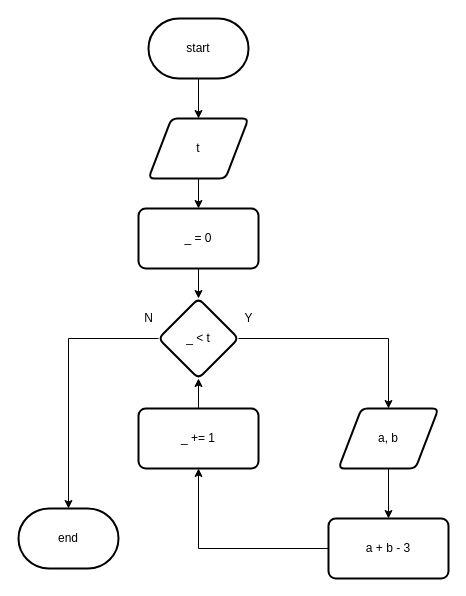
Above: stage/03_loop/10950.drawio in Gyeongrok-Oh/boj (draw.io), before the change. Source tidied: cells renumbered, new cells numbered last; positions are measured from the earlier drawing's top-left corner, leaving out a move shared by most shapes. Both pictures are drawn from the tidied source at 100%, with x=0, y=0 at pixel (18, 18).
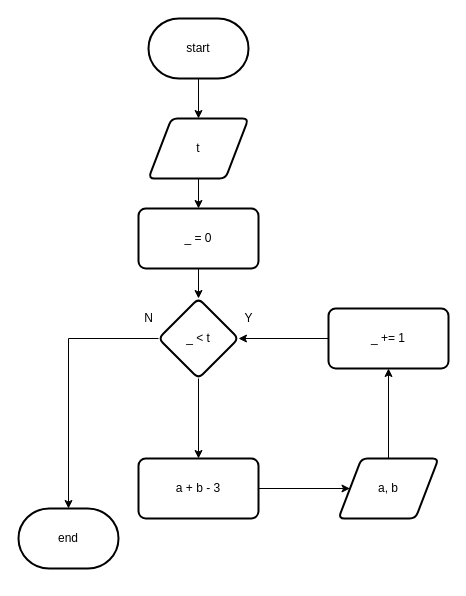
Above is the later version.

Diff of the diagram source:
```diff
@@
 <mxGraphModel>
   <root>
     <mxCell id="0" />
     <mxCell id="1" parent="0" />
     <mxCell id="2" style="edgeStyle=none;html=1;entryX=0.5;entryY=0;entryDx=0;entryDy=0;" parent="1" edge="1" source="3" target="5">
       <mxGeometry relative="1" as="geometry" />
     </mxCell>
     <mxCell id="3" value="start" style="strokeWidth=2;html=1;shape=mxgraph.flowchart.terminator;whiteSpace=wrap;" parent="1" vertex="1">
       <mxGeometry x="130" width="100" height="60" as="geometry" />
     </mxCell>
     <mxCell id="4" style="edgeStyle=orthogonalEdgeStyle;rounded=0;jettySize=auto;html=1;fontFamily=Helvetica;fontSize=12;" parent="1" edge="1" source="5" target="7">
       <mxGeometry relative="1" as="geometry" />
     </mxCell>
     <mxCell id="5" value="t" style="shape=parallelogram;html=1;strokeWidth=2;perimeter=parallelogramPerimeter;whiteSpace=wrap;rounded=1;arcSize=12;size=0.23;" parent="1" vertex="1">
       <mxGeometry x="130" y="100" width="100" height="60" as="geometry" />
     </mxCell>
     <mxCell id="6" style="edgeStyle=orthogonalEdgeStyle;rounded=0;jettySize=auto;html=1;fontFamily=Helvetica;fontSize=12;" parent="1" edge="1" source="7" target="10">
       <mxGeometry relative="1" as="geometry" />
     </mxCell>
     <mxCell id="7" value="_ = 0" style="whiteSpace=wrap;html=1;strokeWidth=2;rounded=1;arcSize=12;" parent="1" vertex="1">
       <mxGeometry x="120" y="190" width="120" height="60" as="geometry" />
     </mxCell>
-    <mxCell id="8" style="edgeStyle=orthogonalEdgeStyle;rounded=0;jettySize=auto;html=1;fontFamily=Helvetica;fontSize=12;entryX=0.5;entryY=0;entryDx=0;entryDy=0;" parent="1" edge="1" source="10" target="14">
-      <mxGeometry relative="1" as="geometry" />
-    </mxCell>
     <mxCell id="9" style="edgeStyle=orthogonalEdgeStyle;rounded=0;jettySize=auto;html=1;fontFamily=Helvetica;fontSize=12;entryX=0.5;entryY=0;entryDx=0;entryDy=0;entryPerimeter=0;" parent="1" edge="1" source="10" target="17">
       <mxGeometry relative="1" as="geometry" />
     </mxCell>
+    <mxCell id="20" style="edgeStyle=none;html=1;entryX=0.5;entryY=0;entryDx=0;entryDy=0;" parent="1" edge="1" source="10" target="16">
+      <mxGeometry relative="1" as="geometry" />
+    </mxCell>
     <mxCell id="10" value="_ &amp;lt; t" style="rhombus;whiteSpace=wrap;html=1;strokeWidth=2;rounded=1;arcSize=12;" parent="1" vertex="1">
       <mxGeometry x="140" y="280" width="80" height="80" as="geometry" />
     </mxCell>
-    <mxCell id="11" style="edgeStyle=orthogonalEdgeStyle;rounded=0;jettySize=auto;html=1;entryX=0.5;entryY=1;entryDx=0;entryDy=0;fontFamily=Helvetica;fontSize=12;" parent="1" edge="1" source="12" target="10">
+    <mxCell id="11" style="edgeStyle=none;html=1;entryX=1;entryY=0.5;entryDx=0;entryDy=0;" parent="1" edge="1" source="12" target="10">
       <mxGeometry relative="1" as="geometry" />
     </mxCell>
     <mxCell id="12" value="_ += 1" style="whiteSpace=wrap;html=1;strokeWidth=2;rounded=1;arcSize=12;" parent="1" vertex="1">
-      <mxGeometry x="120" y="390" width="120" height="60" as="geometry" />
+      <mxGeometry x="310" y="290" width="120" height="60" as="geometry" />
     </mxCell>
-    <mxCell id="13" style="edgeStyle=orthogonalEdgeStyle;rounded=0;jettySize=auto;html=1;fontFamily=Helvetica;fontSize=12;" parent="1" edge="1" source="14" target="16">
-      <mxGeometry relative="1" as="geometry" />
-    </mxCell>
+    <mxCell id="21" style="edgeStyle=none;html=1;entryX=0.5;entryY=1;entryDx=0;entryDy=0;" parent="1" edge="1" source="14" target="12">
+      <mxGeometry relative="1" as="geometry" />
+    </mxCell>
     <mxCell id="14" value="a, b" style="shape=parallelogram;html=1;strokeWidth=2;perimeter=parallelogramPerimeter;whiteSpace=wrap;rounded=1;arcSize=12;size=0.23;fontFamily=Helvetica;fontSize=12;" parent="1" vertex="1">
-      <mxGeometry x="320" y="390" width="100" height="60" as="geometry" />
+      <mxGeometry x="320" y="440" width="100" height="60" as="geometry" />
     </mxCell>
-    <mxCell id="15" style="edgeStyle=orthogonalEdgeStyle;rounded=0;jettySize=auto;html=1;entryX=0.5;entryY=1;entryDx=0;entryDy=0;fontFamily=Helvetica;fontSize=12;" parent="1" edge="1" source="16" target="12">
-      <mxGeometry relative="1" as="geometry" />
-    </mxCell>
+    <mxCell id="22" style="edgeStyle=none;html=1;" parent="1" edge="1" source="16" target="14">
+      <mxGeometry relative="1" as="geometry" />
+    </mxCell>
     <mxCell id="16" value="a + b - 3" style="whiteSpace=wrap;html=1;strokeWidth=2;rounded=1;arcSize=12;" parent="1" vertex="1">
-      <mxGeometry x="310" y="500" width="120" height="60" as="geometry" />
+      <mxGeometry x="120" y="440" width="120" height="60" as="geometry" />
     </mxCell>
     <mxCell id="17" value="end" style="strokeWidth=2;html=1;shape=mxgraph.flowchart.terminator;whiteSpace=wrap;fontFamily=Helvetica;fontSize=12;" parent="1" vertex="1">
       <mxGeometry y="490" width="100" height="60" as="geometry" />
     </mxCell>
     <mxCell id="18" value="N" style="text;html=1;align=center;verticalAlign=middle;strokeColor=none;fillColor=none;fontSize=12;fontFamily=Helvetica;" parent="1" vertex="1">
       <mxGeometry x="120" y="290" width="20" height="20" as="geometry" />
     </mxCell>
     <mxCell id="19" value="Y" style="text;html=1;align=center;verticalAlign=middle;strokeColor=none;fillColor=none;fontSize=12;fontFamily=Helvetica;" parent="1" vertex="1">
       <mxGeometry x="220" y="290" width="20" height="20" as="geometry" />
     </mxCell>
   </root>
 </mxGraphModel>
```
